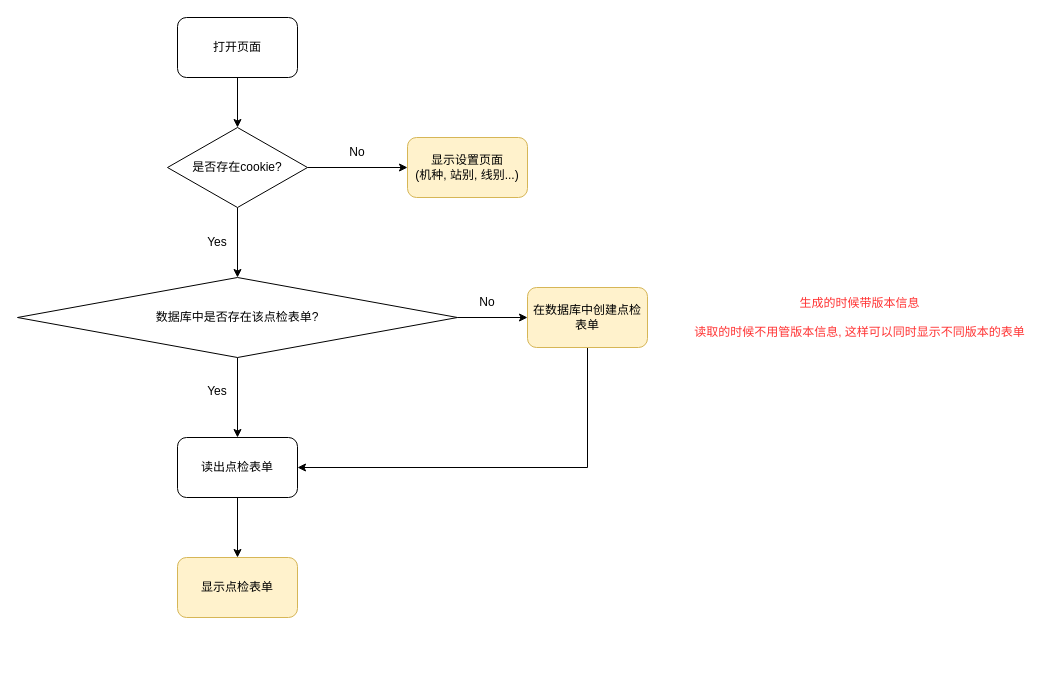
Before: 测试站点检系统.drawio in JackGeminiKu/Diagrams, a draw.io diagram. Source tidied: cells renumbered, new cells numbered last; positions are measured from the earlier drawing's top-left corner, leaving out a move shared by most shapes. Both pictures are drawn from the tidied source at 100%, with x=0, y=0 at pixel (17, 17).
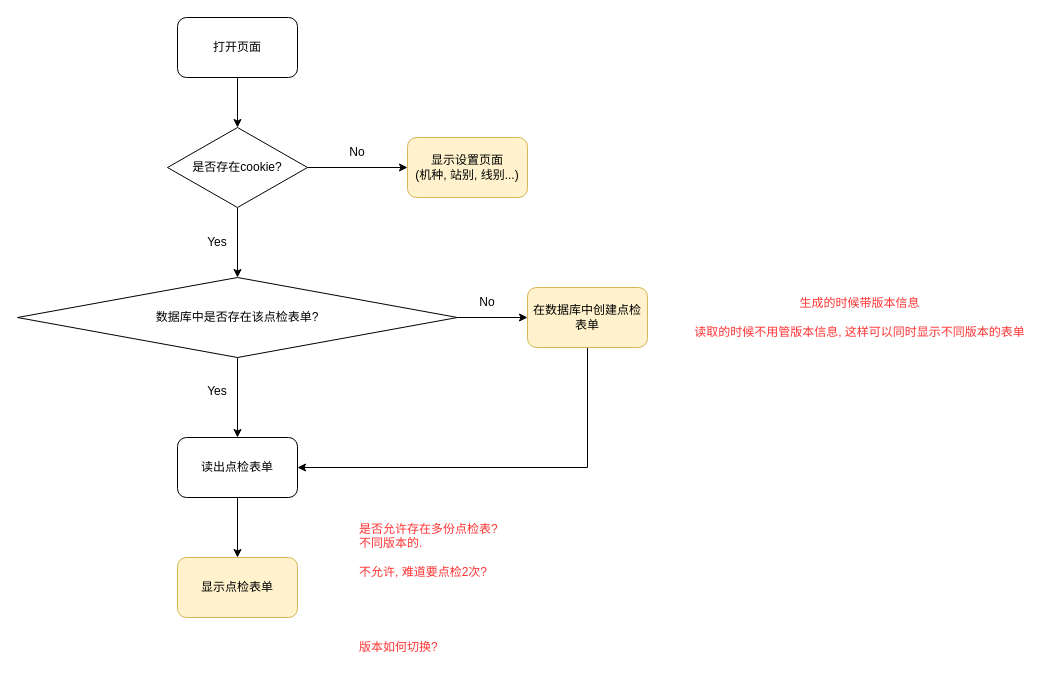
After the change.

Commit message:
Update 测试站点检系统.drawio

Change to the diagram source:
```diff
@@
+    <mxCell id="21" value="是否允许存在多份点检表?&lt;br&gt;不同版本的.&lt;br&gt;&lt;br&gt;不允许,&amp;nbsp;难道要点检2次?" style="text;html=1;strokeColor=none;fillColor=none;align=left;verticalAlign=middle;whiteSpace=wrap;rounded=0;fontColor=#FF3333;" parent="1" vertex="1">
+      <mxGeometry x="340" y="500" width="240" height="65" as="geometry" />
+    </mxCell>
+    <mxCell id="22" value="版本如何切换?" style="text;html=1;strokeColor=none;fillColor=none;align=left;verticalAlign=middle;whiteSpace=wrap;rounded=0;fontColor=#FF3333;" parent="1" vertex="1">
+      <mxGeometry x="340" y="620" width="230" height="20" as="geometry" />
+    </mxCell>
```
